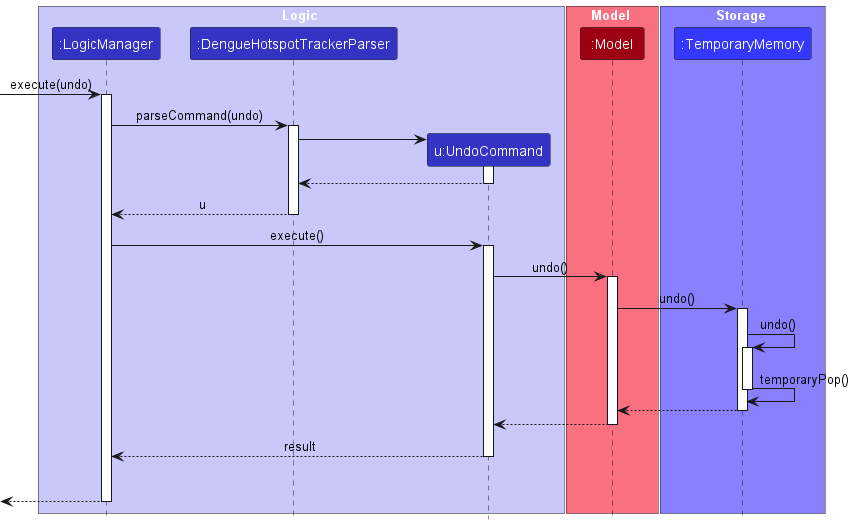
This is docs/images/UndoSequenceDiagram.png from nus-cs2103-AY2223S2/tp, a PlantUML export, as it was before one commit.
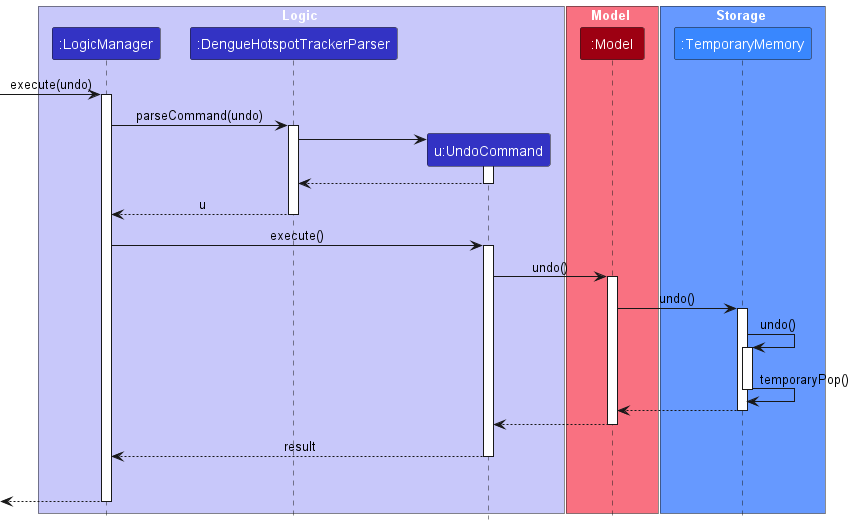
The same file after the commit.

Commit message:
edit sequence diagram

What changed in the source:
```diff
@@ -10,8 +10,8 @@
 box Model MODEL_COLOR_T1
 participant ":Model" as Model MODEL_COLOR
 end box
-box Storage #8980FE
-participant ":TemporaryMemory" as TemporaryMemory #3539FE
+box Storage #6699FF
+participant ":TemporaryMemory" as TemporaryMemory #3987FE
 end box
 [-> LogicManager : execute(undo)
 activate LogicManager
```
